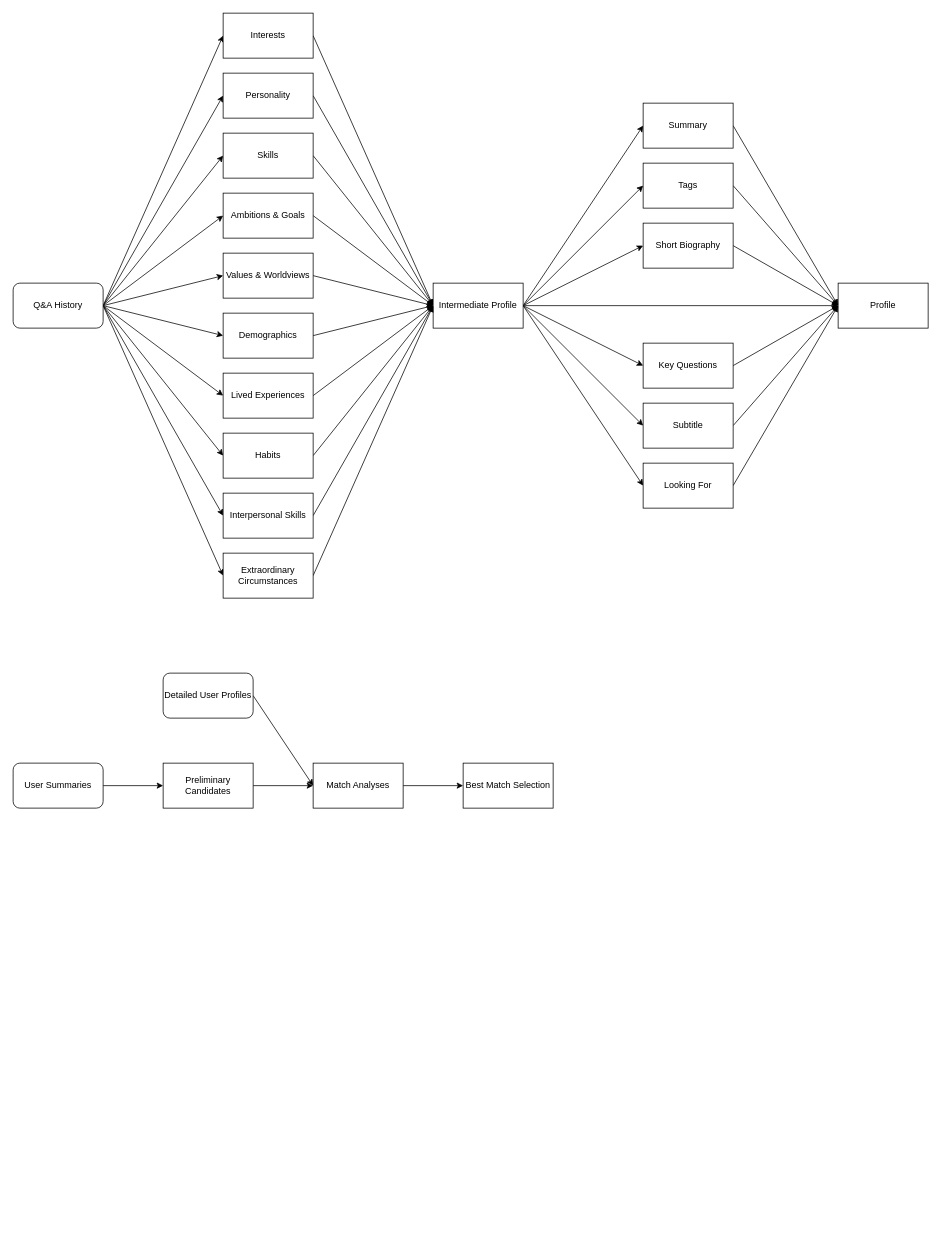
This is design.drawio from nvdaz/find-a-friend-api, a draw.io file, before an edit. Source tidied: cells renumbered, new cells numbered last; positions are measured from the earlier drawing's top-left corner, leaving out a move shared by most shapes. Both pictures are drawn from the tidied source at 75%, with x=0, y=0 at pixel (13, 13).
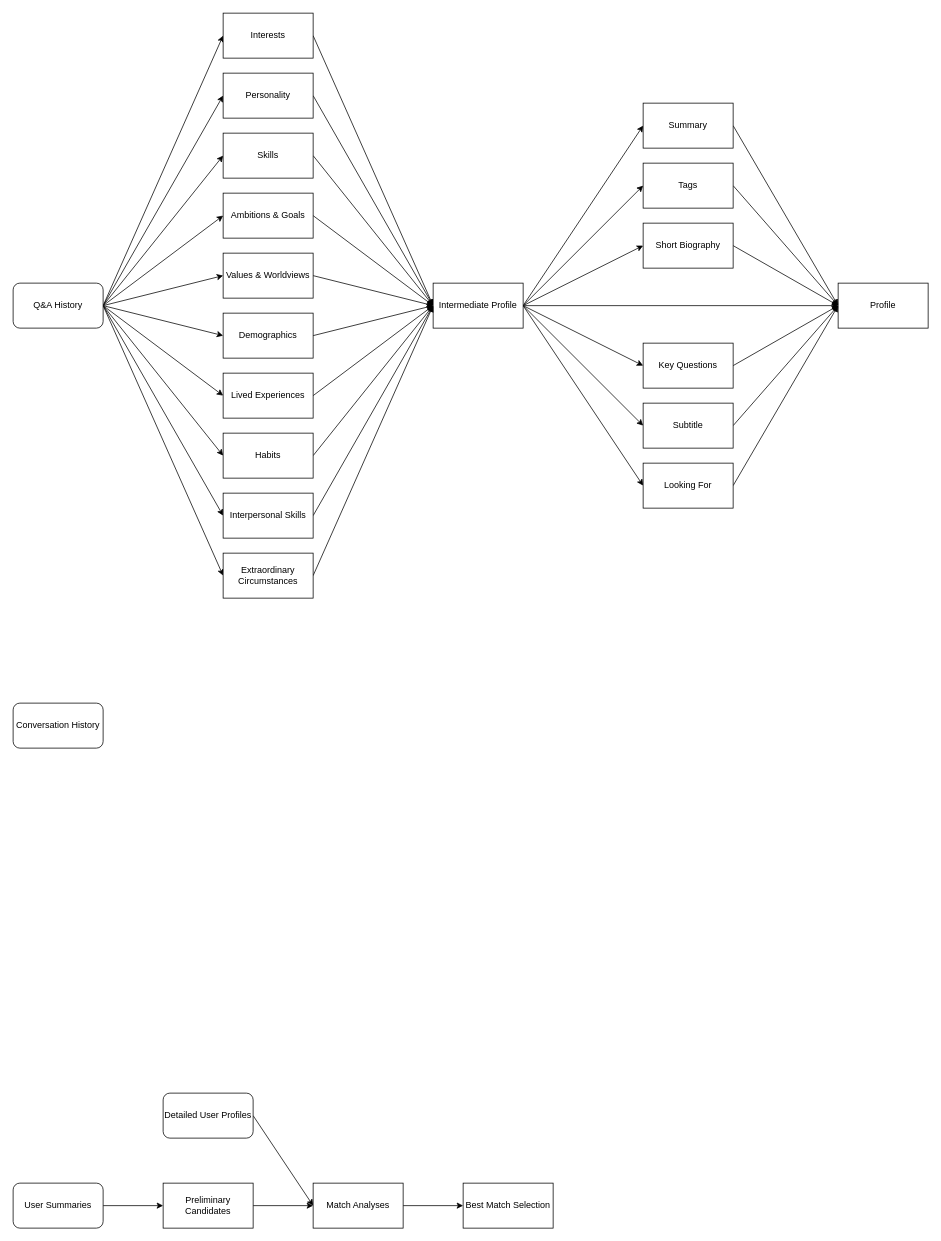
The same diagram, later.

The edit, as a diff of the source:
```diff
@@
     <mxCell id="55" value="User Summaries" style="rounded=1;whiteSpace=wrap;html=1;" parent="1" vertex="1">
-      <mxGeometry y="1000" width="120" height="60" as="geometry" />
+      <mxGeometry y="1560" width="120" height="60" as="geometry" />
     </mxCell>
@@
     <mxCell id="57" value="Preliminary Candidates" style="rounded=0;whiteSpace=wrap;html=1;" parent="1" vertex="1">
-      <mxGeometry x="200" y="1000" width="120" height="60" as="geometry" />
+      <mxGeometry x="200" y="1560" width="120" height="60" as="geometry" />
     </mxCell>
@@
     <mxCell id="59" value="Detailed User Profiles" style="rounded=1;whiteSpace=wrap;html=1;" parent="1" vertex="1">
-      <mxGeometry x="200" y="880" width="120" height="60" as="geometry" />
+      <mxGeometry x="200" y="1440" width="120" height="60" as="geometry" />
     </mxCell>
@@
     <mxCell id="61" value="Match Analyses" style="rounded=0;whiteSpace=wrap;html=1;" parent="1" vertex="1">
-      <mxGeometry x="400" y="1000" width="120" height="60" as="geometry" />
+      <mxGeometry x="400" y="1560" width="120" height="60" as="geometry" />
     </mxCell>
     <mxCell id="62" value="Best Match Selection" style="rounded=0;whiteSpace=wrap;html=1;" parent="1" vertex="1">
-      <mxGeometry x="600" y="1000" width="120" height="60" as="geometry" />
+      <mxGeometry x="600" y="1560" width="120" height="60" as="geometry" />
     </mxCell>
+    <mxCell id="63" value="Conversation History" style="rounded=1;whiteSpace=wrap;html=1;fontSize=12;glass=0;strokeWidth=1;shadow=0;" parent="1" vertex="1">
+      <mxGeometry y="920" width="120" height="60" as="geometry" />
+    </mxCell>
```
